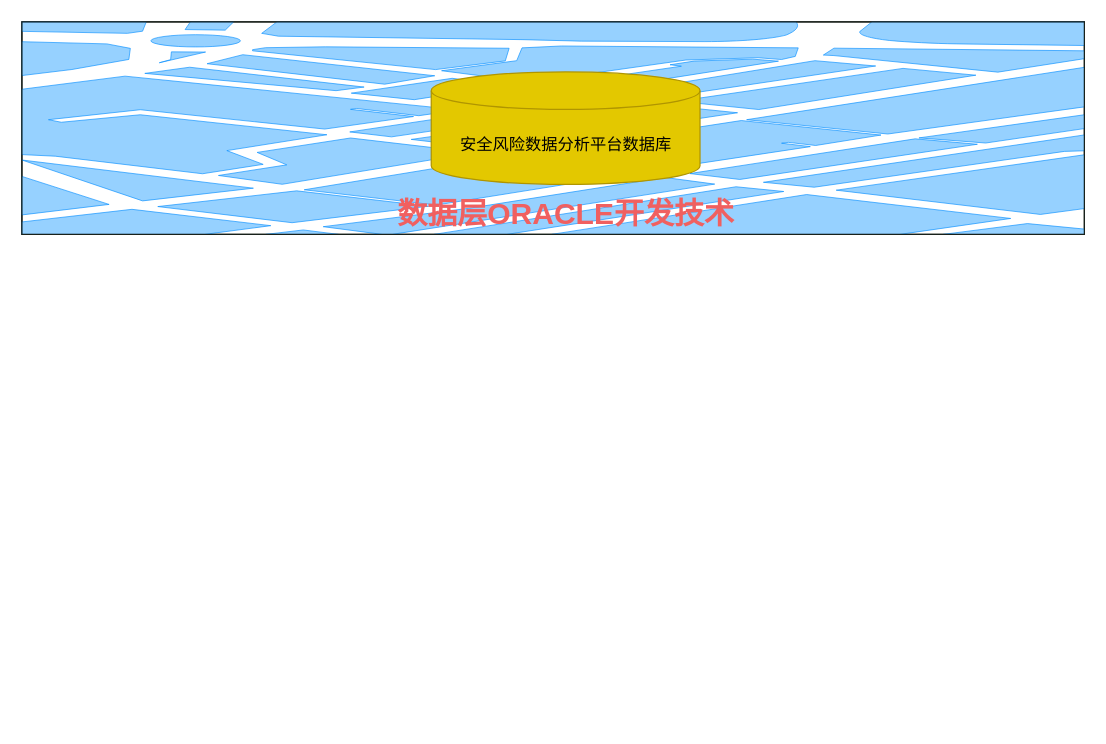
This is 未命名绘图.drawio from newjacket/-, a draw.io file, before an edit. Source tidied: cells renumbered, new cells numbered last; positions are measured from the earlier drawing's top-left corner, leaving out a move shared by most shapes. Both pictures are drawn from the tidied source at 125%, with x=0, y=0 at pixel (21, 21).
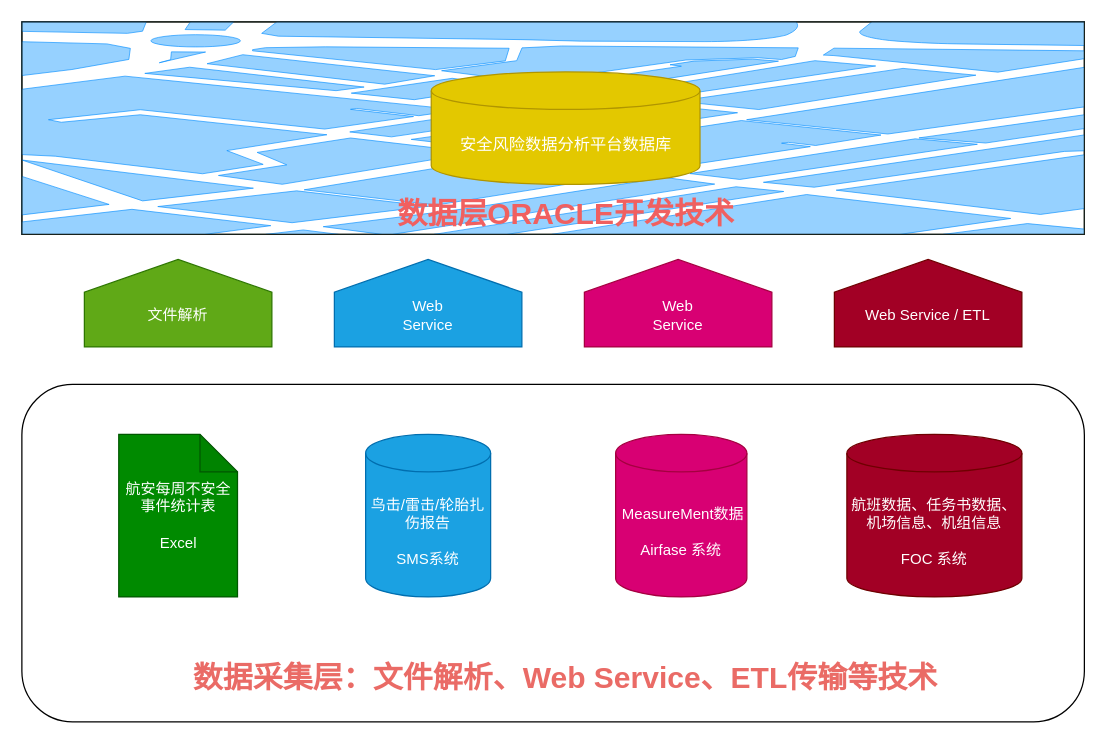
After the change.

Commit message (it also covers changes not shown here):
更新未命名绘图.drawio

The edit, as a diff of the source:
```diff
@@
 <mxGraphModel>
   <root>
     <mxCell id="0" />
     <mxCell id="1" parent="0" />
     <mxCell id="2" style="verticalLabelPosition=bottom;verticalAlign=top;html=1;shadow=0;dashed=0;strokeWidth=1;shape=mxgraph.ios.iBgMap;strokeColor=#18211b;strokeColor2=#008cff;fillColor2=#96D1FF;" parent="1" vertex="1">
       <mxGeometry width="850" height="170" as="geometry" />
     </mxCell>
-    <mxCell id="3" value="安全风险数据分析平台数据库" style="shape=cylinder3;whiteSpace=wrap;html=1;boundedLbl=1;backgroundOutline=1;size=15;fillColor=#e3c800;strokeColor=#B09500;fontColor=#000000;fontSize=13;" parent="1" vertex="1">
+    <mxCell id="3" value="安全风险数据分析平台数据库" style="shape=cylinder3;whiteSpace=wrap;html=1;boundedLbl=1;backgroundOutline=1;size=15;fillColor=#e3c800;strokeColor=#B09500;fontColor=#FFFFFF;fontSize=13;" parent="1" vertex="1">
       <mxGeometry x="327.5" y="40" width="215" height="90" as="geometry" />
     </mxCell>
     <mxCell id="4" value="数据层ORACLE开发技术" style="text;html=1;strokeColor=none;fillColor=none;align=center;verticalAlign=middle;whiteSpace=wrap;rounded=0;fontColor=#f06060;fontStyle=1;fontSize=24;" parent="1" vertex="1">
       <mxGeometry x="297.5" y="139" width="275" height="30" as="geometry" />
     </mxCell>
+    <mxCell id="5" style="shape=offPageConnector;whiteSpace=wrap;html=1;rotation=-180;fillColor=#60a917;fontColor=#ffffff;strokeColor=#2D7600;" parent="1" vertex="1">
+      <mxGeometry x="50" y="190" width="150" height="70" as="geometry" />
+    </mxCell>
+    <mxCell id="6" style="shape=offPageConnector;whiteSpace=wrap;html=1;rotation=-180;fillColor=#1ba1e2;fontColor=#ffffff;strokeColor=#006EAF;" parent="1" vertex="1">
+      <mxGeometry x="250" y="190" width="150" height="70" as="geometry" />
+    </mxCell>
+    <mxCell id="7" style="shape=offPageConnector;whiteSpace=wrap;html=1;rotation=-180;fillColor=#d80073;fontColor=#ffffff;strokeColor=#A50040;" parent="1" vertex="1">
+      <mxGeometry x="450" y="190" width="150" height="70" as="geometry" />
+    </mxCell>
+    <mxCell id="8" style="shape=offPageConnector;whiteSpace=wrap;html=1;rotation=-180;fillColor=#a20025;fontColor=#ffffff;strokeColor=#6F0000;" parent="1" vertex="1">
+      <mxGeometry x="650" y="190" width="150" height="70" as="geometry" />
+    </mxCell>
+    <mxCell id="9" value="文件解析" style="text;html=1;strokeColor=none;fillColor=none;align=center;verticalAlign=middle;whiteSpace=wrap;rounded=0;fontColor=#FFFFFF;" parent="1" vertex="1">
+      <mxGeometry x="95" y="220" width="60" height="30" as="geometry" />
+    </mxCell>
+    <mxCell id="10" value="Web Service" style="text;html=1;strokeColor=none;fillColor=none;align=center;verticalAlign=middle;whiteSpace=wrap;rounded=0;fontColor=#FFFFFF;" parent="1" vertex="1">
+      <mxGeometry x="295" y="220" width="60" height="30" as="geometry" />
+    </mxCell>
+    <mxCell id="11" value="Web Service" style="text;html=1;strokeColor=none;fillColor=none;align=center;verticalAlign=middle;whiteSpace=wrap;rounded=0;fontColor=#FFFFFF;" parent="1" vertex="1">
+      <mxGeometry x="495" y="220" width="60" height="30" as="geometry" />
+    </mxCell>
+    <mxCell id="12" value="Web Service / ETL" style="text;html=1;strokeColor=none;fillColor=none;align=center;verticalAlign=middle;whiteSpace=wrap;rounded=0;fontColor=#FFFFFF;" parent="1" vertex="1">
+      <mxGeometry x="660" y="220" width="130" height="30" as="geometry" />
+    </mxCell>
+    <mxCell id="13" style="rounded=1;whiteSpace=wrap;html=1;" parent="1" vertex="1">
+      <mxGeometry y="290" width="850" height="270" as="geometry" />
+    </mxCell>
+    <mxCell id="14" value="航安每周不安全事件统计表&lt;br&gt;&lt;br&gt;Excel" style="shape=note;whiteSpace=wrap;html=1;backgroundOutline=1;darkOpacity=0.05;fillColor=#008a00;fontColor=#ffffff;strokeColor=#005700;" parent="1" vertex="1">
+      <mxGeometry x="77.5" y="330" width="95" height="130" as="geometry" />
+    </mxCell>
+    <mxCell id="15" value="鸟击/雷击/轮胎扎伤报告&lt;br&gt;&lt;br&gt;SMS系统" style="shape=cylinder3;whiteSpace=wrap;html=1;boundedLbl=1;backgroundOutline=1;size=15;fillColor=#1ba1e2;fontColor=#ffffff;strokeColor=#006EAF;" parent="1" vertex="1">
+      <mxGeometry x="275" y="330" width="100" height="130" as="geometry" />
+    </mxCell>
+    <mxCell id="16" value="&amp;nbsp;MeasureMent数据&lt;br&gt;&lt;br&gt;Airfase 系统" style="shape=cylinder3;whiteSpace=wrap;html=1;boundedLbl=1;backgroundOutline=1;size=15;fillColor=#d80073;fontColor=#ffffff;strokeColor=#A50040;" parent="1" vertex="1">
+      <mxGeometry x="475" y="330" width="105" height="130" as="geometry" />
+    </mxCell>
+    <mxCell id="17" value="航班数据、任务书数据、机场信息、机组信息&lt;br&gt;&lt;br&gt;FOC 系统" style="shape=cylinder3;whiteSpace=wrap;html=1;boundedLbl=1;backgroundOutline=1;size=15;fillColor=#a20025;fontColor=#ffffff;strokeColor=#6F0000;" parent="1" vertex="1">
+      <mxGeometry x="660" y="330" width="140" height="130" as="geometry" />
+    </mxCell>
+    <mxCell id="18" value="数据采集层：文件解析、Web Service、ETL传输等技术" style="text;html=1;strokeColor=none;fillColor=none;align=center;verticalAlign=middle;whiteSpace=wrap;rounded=0;fontStyle=1;fontSize=24;fontColor=#EA6B66;" parent="1" vertex="1">
+      <mxGeometry x="130" y="510" width="610" height="30" as="geometry" />
+    </mxCell>
   </root>
 </mxGraphModel>
```
